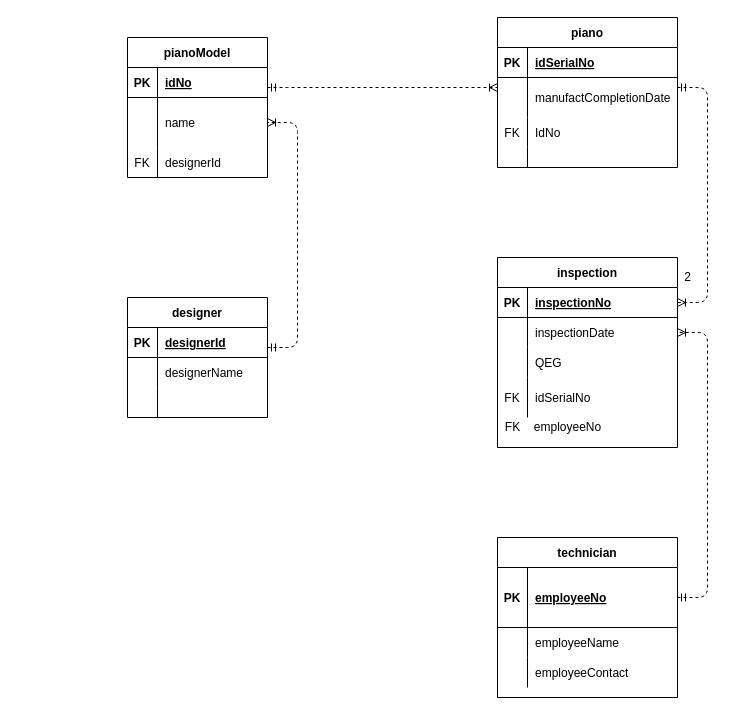
The draw.io diagram page "relational-diagram" (1 of 2) of er_diagram_piano.drawio in meetsomto/dbs, before the edit. Source tidied: cells renumbered, new cells numbered last; positions are measured from the earlier drawing's top-left corner, leaving out a move shared by most shapes. Both pictures are drawn from the tidied source at 100%, with x=0, y=0 at pixel (127, 17).
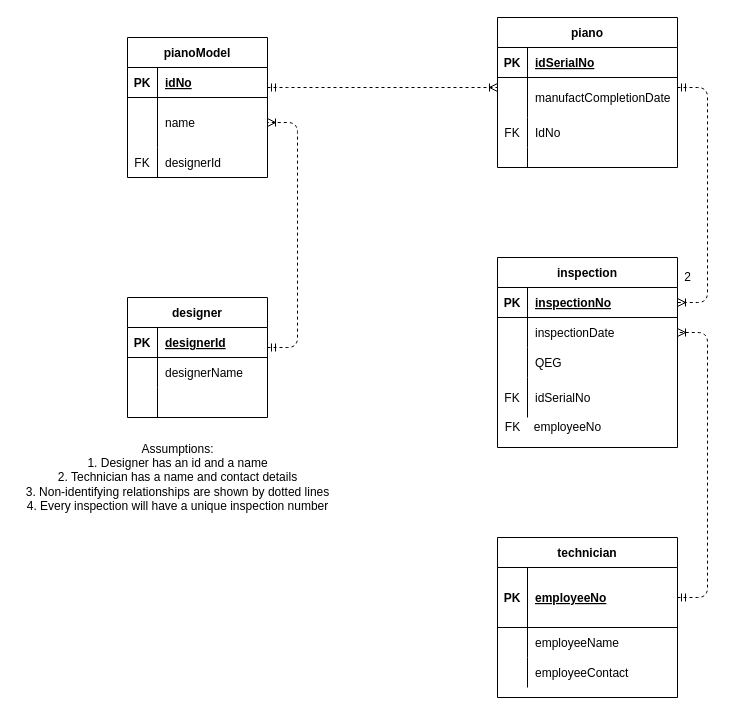
The same diagram, later.

Commit message:
added assumptions text

What changed in the source:
```diff
@@
+    <mxCell id="65" value="Assumptions:&lt;br&gt;1. Designer has an id and a name&lt;br&gt;2. Technician has a name and contact details&lt;br&gt;3. Non-identifying relationships are shown by dotted lines&lt;br&gt;4. Every inspection will have a unique inspection number&lt;br&gt;" style="text;html=1;align=center;verticalAlign=middle;" parent="1" vertex="1">
+      <mxGeometry x="-110" y="420" width="320" height="80" as="geometry" />
+    </mxCell>
```
